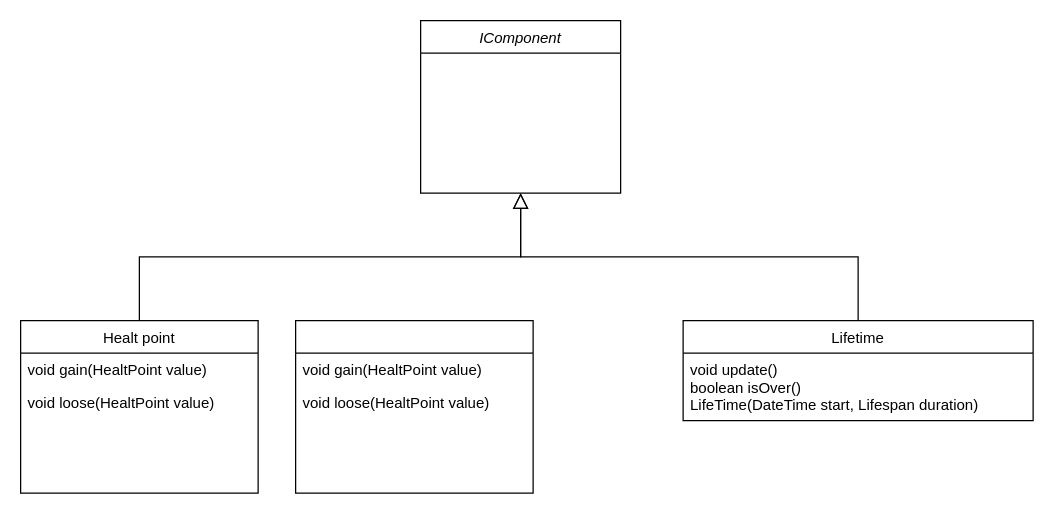
This is page "Components" (2 of 4) of UMLGeneralFramework.drawio from Kragoum/BomberKnight, a draw.io file, before an edit. Source tidied: cells renumbered, new cells numbered last; positions are measured from the earlier drawing's top-left corner, leaving out a move shared by most shapes. Both pictures are drawn from the tidied source at 125%, with x=0, y=0 at pixel (20, 20).
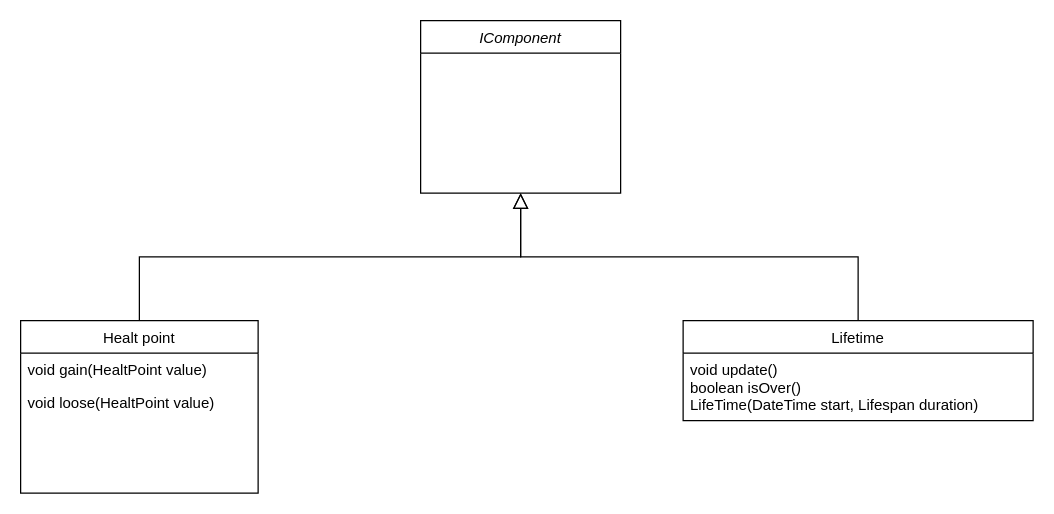
After the change.

Diff of the diagram source:
```diff
@@
 <mxGraphModel>
   <root>
     <mxCell id="0" />
     <mxCell id="1" parent="0" />
     <mxCell id="2" value="IComponent" style="swimlane;fontStyle=2;align=center;verticalAlign=top;horizontal=1;startSize=26;rounded=0;shadow=0;strokeWidth=1;" parent="1" vertex="1">
       <mxGeometry x="320" width="160" height="138" as="geometry" />
     </mxCell>
     <mxCell id="3" value="Healt point" style="swimlane;fontStyle=0;align=center;verticalAlign=top;horizontal=1;startSize=26;rounded=0;shadow=0;strokeWidth=1;" parent="1" vertex="1">
       <mxGeometry y="240" width="190" height="138" as="geometry" />
     </mxCell>
     <mxCell id="4" value="void gain(HealtPoint value)" style="text;align=left;verticalAlign=top;spacingLeft=4;spacingRight=4;overflow=hidden;" parent="3" vertex="1">
       <mxGeometry y="26" width="190" height="26" as="geometry" />
     </mxCell>
     <mxCell id="5" value="void loose(HealtPoint value)" style="text;align=left;verticalAlign=top;spacingLeft=4;spacingRight=4;overflow=hidden;rounded=0;shadow=0;html=0;" parent="3" vertex="1">
       <mxGeometry y="52" width="190" height="26" as="geometry" />
     </mxCell>
     <mxCell id="6" style="endArrow=block;endSize=10;endFill=0;shadow=0;strokeWidth=1;rounded=0;edgeStyle=elbowEdgeStyle;elbow=vertical;" parent="1" edge="1" source="3" target="2">
       <mxGeometry relative="1" as="geometry" />
     </mxCell>
     <mxCell id="7" value="Lifetime" style="swimlane;fontStyle=0;align=center;verticalAlign=top;horizontal=1;startSize=26;rounded=0;shadow=0;strokeWidth=1;" parent="1" vertex="1">
       <mxGeometry x="530" y="240" width="280" height="80" as="geometry" />
     </mxCell>
     <mxCell id="8" value="void update()&#10;boolean isOver()&#10;LifeTime(DateTime start, Lifespan duration)" style="text;align=left;verticalAlign=top;spacingLeft=4;spacingRight=4;overflow=hidden;" parent="7" vertex="1">
       <mxGeometry y="26" width="280" height="54" as="geometry" />
     </mxCell>
     <mxCell id="9" style="endArrow=block;endSize=10;endFill=0;shadow=0;strokeWidth=1;rounded=0;edgeStyle=elbowEdgeStyle;elbow=vertical;" parent="1" edge="1" source="7" target="2">
       <mxGeometry relative="1" as="geometry" />
     </mxCell>
-    <mxCell id="10" style="swimlane;fontStyle=0;align=center;verticalAlign=top;horizontal=1;startSize=26;rounded=0;shadow=0;strokeWidth=1;" parent="1" vertex="1">
-      <mxGeometry x="220" y="240" width="190" height="138" as="geometry" />
-    </mxCell>
-    <mxCell id="11" value="void gain(HealtPoint value)" style="text;align=left;verticalAlign=top;spacingLeft=4;spacingRight=4;overflow=hidden;" parent="10" vertex="1">
-      <mxGeometry y="26" width="190" height="26" as="geometry" />
-    </mxCell>
-    <mxCell id="12" value="void loose(HealtPoint value)" style="text;align=left;verticalAlign=top;spacingLeft=4;spacingRight=4;overflow=hidden;rounded=0;shadow=0;html=0;" parent="10" vertex="1">
-      <mxGeometry y="52" width="190" height="26" as="geometry" />
-    </mxCell>
   </root>
 </mxGraphModel>
```
